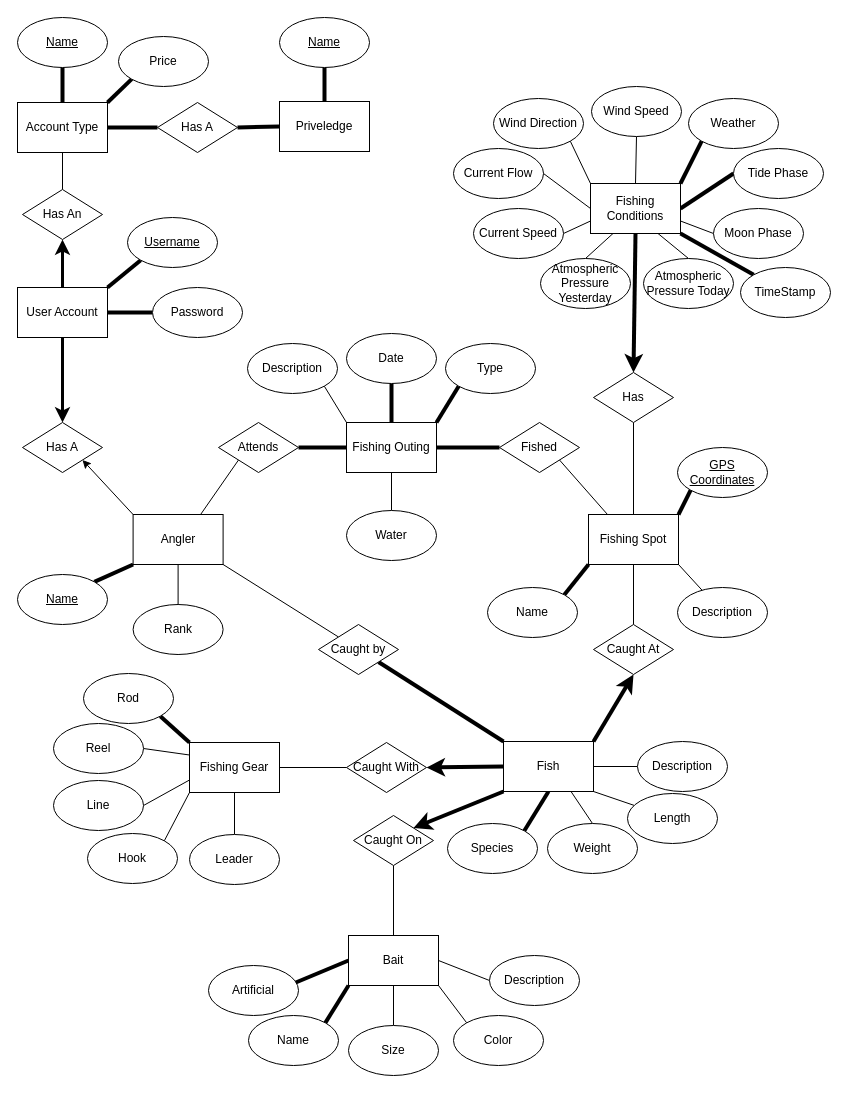
This is fishing.drawio from rjmcginness/FishingStories, a draw.io file, before an edit. Source tidied: cells renumbered, new cells numbered last; positions are measured from the earlier drawing's top-left corner, leaving out a move shared by most shapes. Both pictures are drawn from the tidied source at 100%, with x=0, y=0 at pixel (17, 17).
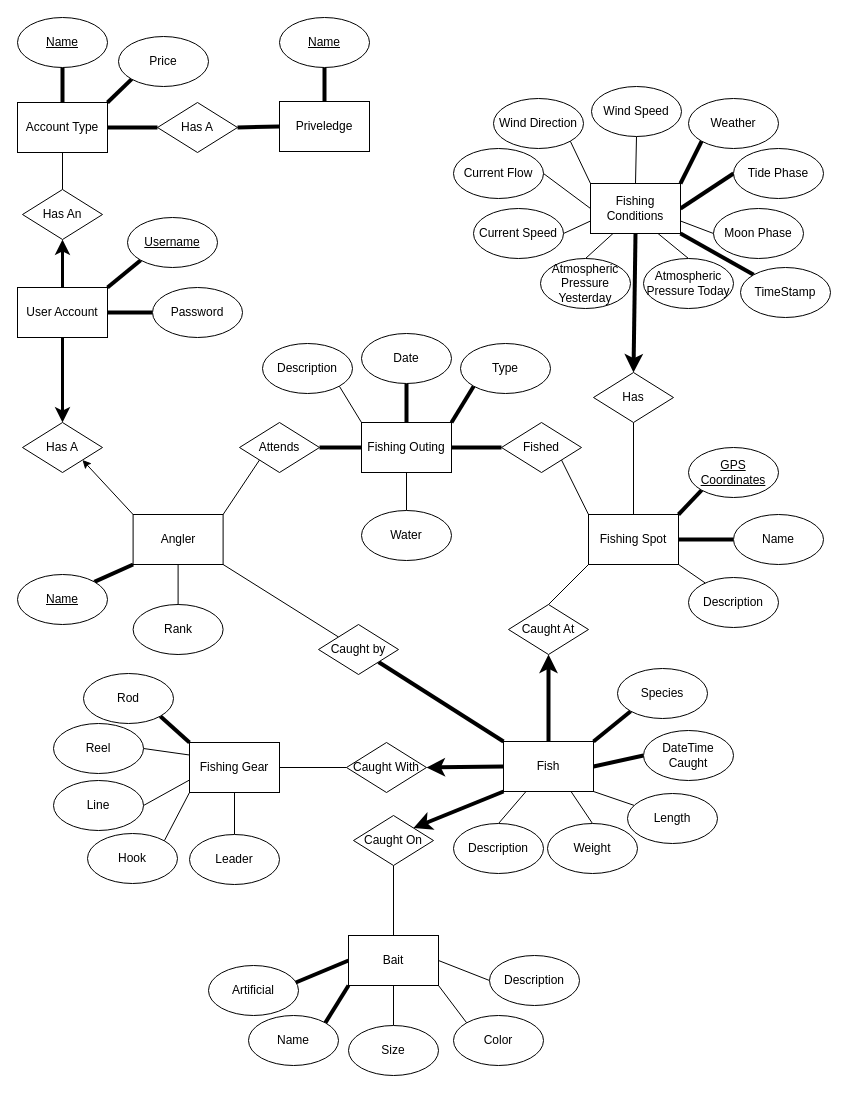
The same page after the edit.

The change refers to these unchanged cells:
```xml
<mxCell id="9" value="Fishing Spot" style="rounded=0;whiteSpace=wrap;html=1;" parent="1" vertex="1">
  <mxGeometry x="571" y="497" width="90" height="50" as="geometry" />
</mxCell>
<mxCell id="44" value="Fish" style="rounded=0;whiteSpace=wrap;html=1;" parent="1" vertex="1">
  <mxGeometry x="486" y="724" width="90" height="50" as="geometry" />
</mxCell>
<mxCell id="86" value="Angler" style="rounded=0;whiteSpace=wrap;html=1;" parent="1" vertex="1">
  <mxGeometry x="115.6" y="497" width="90" height="50" as="geometry" />
</mxCell>
```

Change to the diagram source:
```diff
@@
-    <mxCell id="4" style="edgeStyle=none;html=1;exitX=0;exitY=1;exitDx=0;exitDy=0;entryX=1;entryY=0;entryDx=0;entryDy=0;endArrow=none;endFill=0;strokeWidth=4;" parent="1" edge="1" source="9" target="12">
+    <mxCell id="4" style="edgeStyle=none;html=1;exitX=1;exitY=0.5;exitDx=0;exitDy=0;entryX=0;entryY=0.5;entryDx=0;entryDy=0;endArrow=none;endFill=0;strokeWidth=4;" parent="1" edge="1" source="9" target="12">
       <mxGeometry relative="1" as="geometry" />
     </mxCell>
@@
-    <mxCell id="6" style="edgeStyle=none;html=1;exitX=0;exitY=0;exitDx=0;exitDy=0;entryX=1;entryY=1;entryDx=0;entryDy=0;endArrow=none;endFill=0;strokeWidth=1;" parent="1" edge="1" target="37">
-      <mxGeometry relative="1" as="geometry">
-        <mxPoint x="590" y="497" as="sourcePoint" />
-      </mxGeometry>
+    <mxCell id="6" style="edgeStyle=none;html=1;exitX=0;exitY=0;exitDx=0;exitDy=0;entryX=1;entryY=1;entryDx=0;entryDy=0;endArrow=none;endFill=0;strokeWidth=1;" parent="1" edge="1" source="9" target="37">
+      <mxGeometry relative="1" as="geometry" />
     </mxCell>
-    <mxCell id="7" style="edgeStyle=none;html=1;exitX=0.5;exitY=1;exitDx=0;exitDy=0;entryX=0.5;entryY=0;entryDx=0;entryDy=0;endArrow=none;endFill=0;strokeWidth=1;" parent="1" edge="1" source="9" target="46">
+    <mxCell id="7" style="edgeStyle=none;html=1;exitX=0;exitY=1;exitDx=0;exitDy=0;entryX=0.5;entryY=0;entryDx=0;entryDy=0;endArrow=none;endFill=0;strokeWidth=1;" parent="1" edge="1" source="9" target="46">
       <mxGeometry relative="1" as="geometry" />
     </mxCell>
@@
     <mxCell id="10" value="&lt;u&gt;GPS Coordinates&lt;/u&gt;" style="ellipse;whiteSpace=wrap;html=1;" parent="1" vertex="1">
-      <mxGeometry x="660" y="430" width="90" height="50" as="geometry" />
+      <mxGeometry x="671" y="430" width="90" height="50" as="geometry" />
     </mxCell>
     <mxCell id="11" value="Description" style="ellipse;whiteSpace=wrap;html=1;" parent="1" vertex="1">
-      <mxGeometry x="660" y="570" width="90" height="50" as="geometry" />
+      <mxGeometry x="671" y="560" width="90" height="50" as="geometry" />
     </mxCell>
     <mxCell id="12" value="Name" style="ellipse;whiteSpace=wrap;html=1;" parent="1" vertex="1">
-      <mxGeometry x="470" y="570" width="90" height="50" as="geometry" />
+      <mxGeometry x="716" y="497" width="90" height="50" as="geometry" />
     </mxCell>
@@
     <mxCell id="35" value="Fishing Outing" style="rounded=0;whiteSpace=wrap;html=1;" parent="1" vertex="1">
-      <mxGeometry x="329" y="405" width="90" height="50" as="geometry" />
+      <mxGeometry x="344" y="405" width="90" height="50" as="geometry" />
     </mxCell>
@@
     <mxCell id="37" value="Fished" style="rhombus;whiteSpace=wrap;html=1;" parent="1" vertex="1">
-      <mxGeometry x="482" y="405" width="80" height="50" as="geometry" />
+      <mxGeometry x="484" y="405" width="80" height="50" as="geometry" />
     </mxCell>
-    <mxCell id="38" style="edgeStyle=none;html=1;entryX=1;entryY=0;entryDx=0;entryDy=0;endArrow=none;endFill=0;strokeWidth=4;exitX=0.5;exitY=1;exitDx=0;exitDy=0;" parent="1" edge="1" source="44" target="47">
+    <mxCell id="38" style="edgeStyle=none;html=1;entryX=0;entryY=0.5;entryDx=0;entryDy=0;endArrow=none;endFill=0;strokeWidth=4;exitX=1;exitY=0.5;exitDx=0;exitDy=0;" parent="1" edge="1" source="44" target="47">
       <mxGeometry relative="1" as="geometry" />
     </mxCell>
@@
+    <mxCell id="118" style="edgeStyle=none;html=1;exitX=1;exitY=0;exitDx=0;exitDy=0;entryX=0;entryY=1;entryDx=0;entryDy=0;endArrow=none;endFill=0;strokeWidth=4;" parent="1" edge="1" source="44" target="119">
+      <mxGeometry relative="1" as="geometry" />
+    </mxCell>
@@
-    <mxCell id="45" style="edgeStyle=none;html=1;entryX=1;entryY=0;entryDx=0;entryDy=0;endArrow=none;endFill=0;strokeWidth=4;startArrow=classic;startFill=1;exitX=0.5;exitY=1;exitDx=0;exitDy=0;" parent="1" edge="1" source="46" target="44">
+    <mxCell id="45" style="edgeStyle=none;html=1;entryX=0.5;entryY=0;entryDx=0;entryDy=0;endArrow=none;endFill=0;strokeWidth=4;startArrow=classic;startFill=1;exitX=0.5;exitY=1;exitDx=0;exitDy=0;" parent="1" edge="1" source="46" target="44">
       <mxGeometry relative="1" as="geometry" />
     </mxCell>
     <mxCell id="46" value="Caught At" style="rhombus;whiteSpace=wrap;html=1;" parent="1" vertex="1">
-      <mxGeometry x="576" y="607" width="80" height="50" as="geometry" />
+      <mxGeometry x="491" y="587" width="80" height="50" as="geometry" />
     </mxCell>
-    <mxCell id="47" value="Species" style="ellipse;whiteSpace=wrap;html=1;" parent="1" vertex="1">
-      <mxGeometry x="430" y="806" width="90" height="50" as="geometry" />
+    <mxCell id="47" value="DateTime Caught" style="ellipse;whiteSpace=wrap;html=1;" parent="1" vertex="1">
+      <mxGeometry x="626" y="713" width="90" height="50" as="geometry" />
     </mxCell>
@@
-    <mxCell id="50" style="edgeStyle=none;html=1;exitX=0;exitY=0.5;exitDx=0;exitDy=0;entryX=1;entryY=0.5;entryDx=0;entryDy=0;endArrow=none;endFill=0;strokeWidth=1;" parent="1" edge="1" source="51" target="44">
+    <mxCell id="50" style="edgeStyle=none;html=1;exitX=0.5;exitY=0;exitDx=0;exitDy=0;entryX=0.25;entryY=1;entryDx=0;entryDy=0;endArrow=none;endFill=0;strokeWidth=1;" parent="1" edge="1" source="51" target="44">
       <mxGeometry relative="1" as="geometry" />
     </mxCell>
     <mxCell id="51" value="Description" style="ellipse;whiteSpace=wrap;html=1;" parent="1" vertex="1">
-      <mxGeometry x="620" y="724" width="90" height="50" as="geometry" />
+      <mxGeometry x="436" y="806" width="90" height="50" as="geometry" />
     </mxCell>
     <mxCell id="52" value="Date" style="ellipse;whiteSpace=wrap;html=1;" parent="1" vertex="1">
-      <mxGeometry x="329" y="316" width="90" height="50" as="geometry" />
+      <mxGeometry x="344" y="316" width="90" height="50" as="geometry" />
     </mxCell>
     <mxCell id="53" value="Description" style="ellipse;whiteSpace=wrap;html=1;" parent="1" vertex="1">
-      <mxGeometry x="230" y="326" width="90" height="50" as="geometry" />
+      <mxGeometry x="245" y="326" width="90" height="50" as="geometry" />
     </mxCell>
     <mxCell id="54" value="Type" style="ellipse;whiteSpace=wrap;html=1;" parent="1" vertex="1">
-      <mxGeometry x="428" y="326" width="90" height="50" as="geometry" />
+      <mxGeometry x="443" y="326" width="90" height="50" as="geometry" />
     </mxCell>
     <mxCell id="55" value="Water" style="ellipse;whiteSpace=wrap;html=1;" parent="1" vertex="1">
-      <mxGeometry x="329" y="493" width="90" height="50" as="geometry" />
+      <mxGeometry x="344" y="493" width="90" height="50" as="geometry" />
     </mxCell>
@@
-    <mxCell id="88" style="edgeStyle=none;html=1;exitX=0;exitY=1;exitDx=0;exitDy=0;entryX=0.75;entryY=0;entryDx=0;entryDy=0;endArrow=none;endFill=0;" parent="1" edge="1" source="89" target="86">
+    <mxCell id="88" style="edgeStyle=none;html=1;exitX=0;exitY=1;exitDx=0;exitDy=0;entryX=1;entryY=0;entryDx=0;entryDy=0;endArrow=none;endFill=0;" parent="1" edge="1" source="89" target="86">
       <mxGeometry relative="1" as="geometry" />
     </mxCell>
     <mxCell id="89" value="Attends" style="rhombus;whiteSpace=wrap;html=1;" parent="1" vertex="1">
-      <mxGeometry x="201" y="405" width="80" height="50" as="geometry" />
+      <mxGeometry x="222" y="405" width="80" height="50" as="geometry" />
     </mxCell>
@@
+    <mxCell id="119" value="Species" style="ellipse;whiteSpace=wrap;html=1;" parent="1" vertex="1">
+      <mxGeometry x="600" y="651" width="90" height="50" as="geometry" />
+    </mxCell>
```
